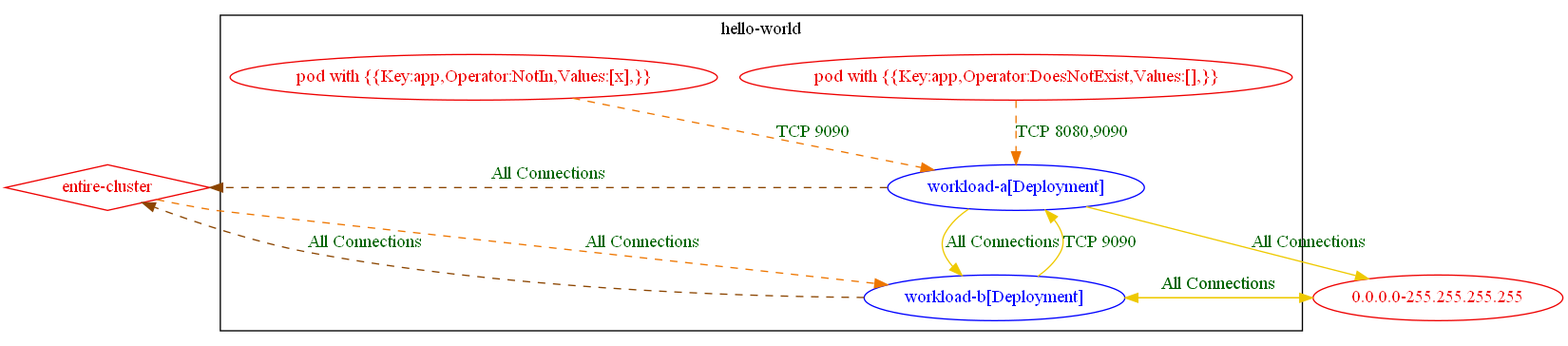
The Graphviz diagram test_outputs/connlist/exposure_test_exposure_with_different_rules_3_connlist_output.dot.png in np-guard/netpol-analyzer, before a commit. Its source is kept beside it as test_outputs/connlist/exposure_test_exposure_with_different_rules_3_connlist_output.dot.
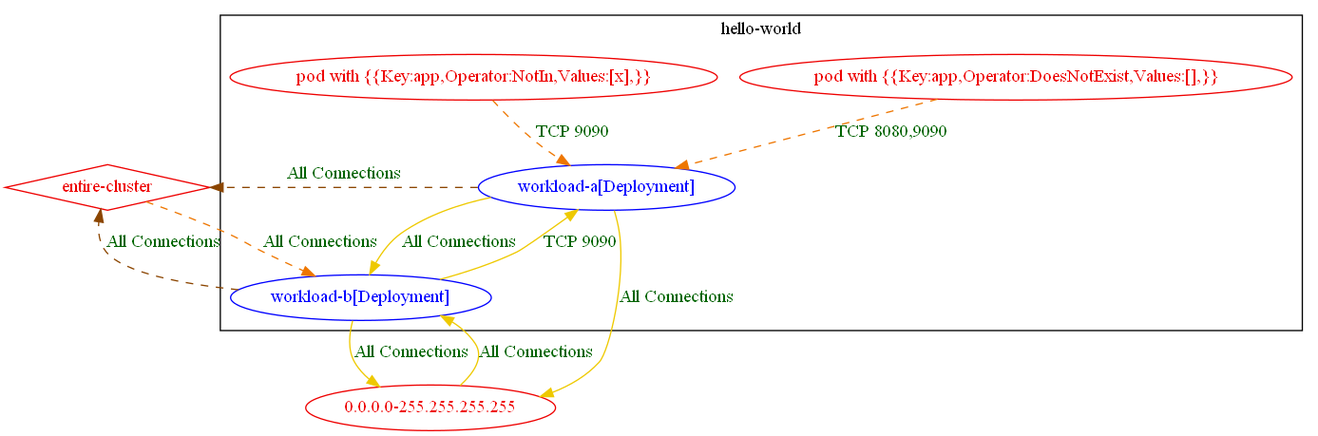
Above is the later version.

What changed in the source:
```diff
@@ -10,14 +10,14 @@
 	}
 	"0.0.0.0-255.255.255.255" [label="0.0.0.0-255.255.255.255" color="red2" fontcolor="red2"]
 	"entire-cluster" [label="entire-cluster" color="red2" fontcolor="red2" shape=diamond]
-	"0.0.0.0-255.255.255.255" -> "hello-world/workload-b[Deployment]" [label="All Connections" color="gold2" fontcolor="darkgreen"]
+	"0.0.0.0-255.255.255.255" -> "hello-world/workload-b[Deployment]" [label="All Connections" color="gold2" fontcolor="darkgreen" weight=0.5]
 	"entire-cluster" -> "hello-world/workload-b[Deployment]" [label="All Connections" color="darkorange2" fontcolor="darkgreen" weight=1 style=dashed]
-	"hello-world/workload-a[Deployment]" -> "0.0.0.0-255.255.255.255" [label="All Connections" color="gold2" fontcolor="darkgreen"]
+	"hello-world/workload-a[Deployment]" -> "0.0.0.0-255.255.255.255" [label="All Connections" color="gold2" fontcolor="darkgreen" weight=1]
 	"hello-world/workload-a[Deployment]" -> "entire-cluster" [label="All Connections" color="darkorange4" fontcolor="darkgreen" weight=0.5 style=dashed]
-	"hello-world/workload-a[Deployment]" -> "hello-world/workload-b[Deployment]" [label="All Connections" color="gold2" fontcolor="darkgreen"]
-	"hello-world/workload-b[Deployment]" -> "0.0.0.0-255.255.255.255" [label="All Connections" color="gold2" fontcolor="darkgreen"]
+	"hello-world/workload-a[Deployment]" -> "hello-world/workload-b[Deployment]" [label="All Connections" color="gold2" fontcolor="darkgreen" weight=0.5]
+	"hello-world/workload-b[Deployment]" -> "0.0.0.0-255.255.255.255" [label="All Connections" color="gold2" fontcolor="darkgreen" weight=1]
 	"hello-world/workload-b[Deployment]" -> "entire-cluster" [label="All Connections" color="darkorange4" fontcolor="darkgreen" weight=0.5 style=dashed]
-	"hello-world/workload-b[Deployment]" -> "hello-world/workload-a[Deployment]" [label="TCP 9090" color="gold2" fontcolor="darkgreen"]
+	"hello-world/workload-b[Deployment]" -> "hello-world/workload-a[Deployment]" [label="TCP 9090" color="gold2" fontcolor="darkgreen" weight=1]
 	"pod with {{Key:app,Operator:DoesNotExist,Values:[],}}_in_hello-world" -> "hello-world/workload-a[Deployment]" [label="TCP 8080,9090" color="darkorange2" fontcolor="darkgreen" weight=1 style=dashed]
 	"pod with {{Key:app,Operator:NotIn,Values:[x],}}_in_hello-world" -> "hello-world/workload-a[Deployment]" [label="TCP 9090" color="darkorange2" fontcolor="darkgreen" weight=1 style=dashed]
 }
```
